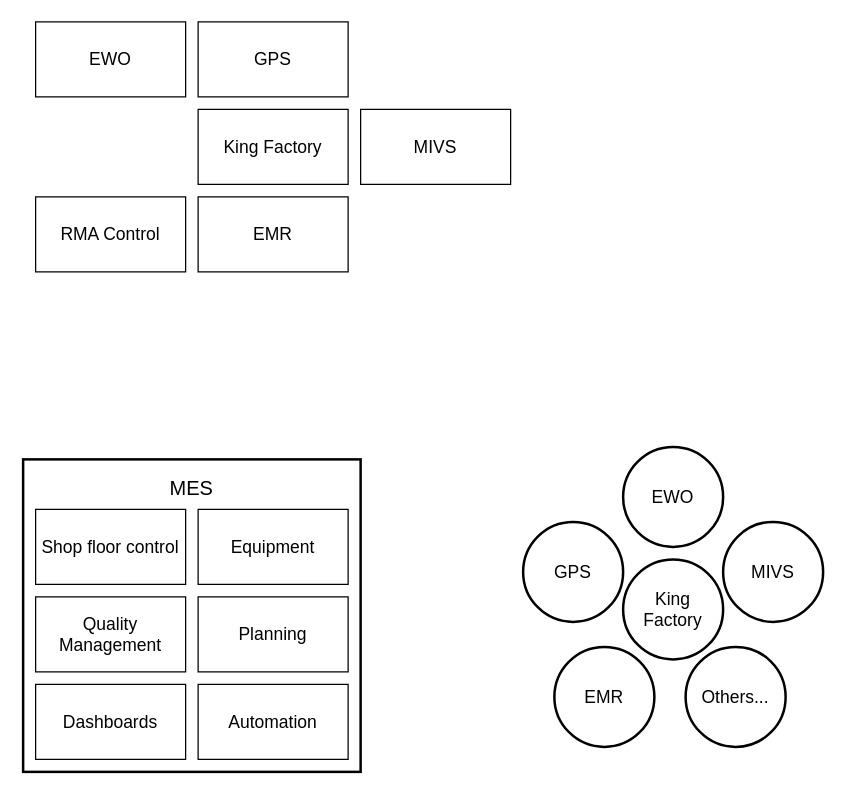
Before: page "Integration" (3 of 3) of MES POC.drawio in vinceliao99/MyDiagrams, a draw.io diagram. Source tidied: cells renumbered, new cells numbered last; positions are measured from the earlier drawing's top-left corner, leaving out a move shared by most shapes. Both pictures are drawn from the tidied source at 125%, with x=0, y=0 at pixel (22, 21).
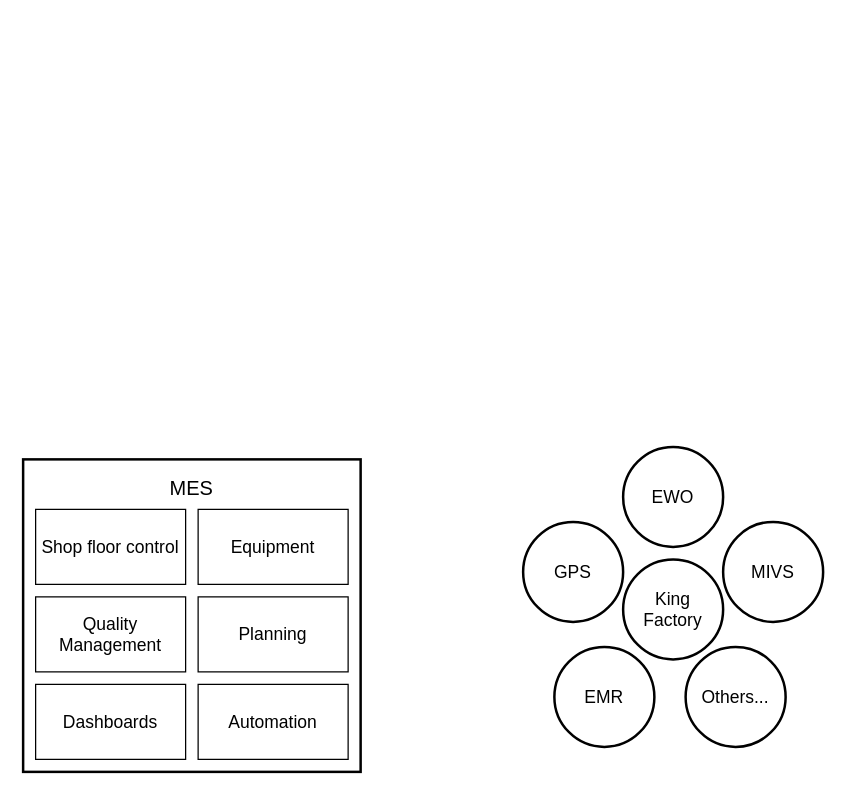
Above is the later version.

Diff of the diagram source:
```diff
@@
-    <mxCell id="2" value="EWO" style="rounded=0;whiteSpace=wrap;html=1;fontSize=14;" parent="1" vertex="1">
-      <mxGeometry x="10" width="120" height="60" as="geometry" />
-    </mxCell>
-    <mxCell id="3" value="King Factory" style="rounded=0;whiteSpace=wrap;html=1;fontSize=14;" parent="1" vertex="1">
-      <mxGeometry x="140" y="70" width="120" height="60" as="geometry" />
-    </mxCell>
-    <mxCell id="4" value="GPS" style="rounded=0;whiteSpace=wrap;html=1;fontSize=14;" parent="1" vertex="1">
-      <mxGeometry x="140" width="120" height="60" as="geometry" />
-    </mxCell>
-    <mxCell id="5" value="EMR" style="rounded=0;whiteSpace=wrap;html=1;fontSize=14;" parent="1" vertex="1">
-      <mxGeometry x="140" y="140" width="120" height="60" as="geometry" />
-    </mxCell>
-    <mxCell id="6" value="MIVS" style="rounded=0;whiteSpace=wrap;html=1;fontSize=14;" parent="1" vertex="1">
-      <mxGeometry x="270" y="70" width="120" height="60" as="geometry" />
-    </mxCell>
-    <mxCell id="7" value="RMA Control" style="rounded=0;whiteSpace=wrap;html=1;fontSize=14;" parent="1" vertex="1">
-      <mxGeometry x="10" y="140" width="120" height="60" as="geometry" />
-    </mxCell>
```
